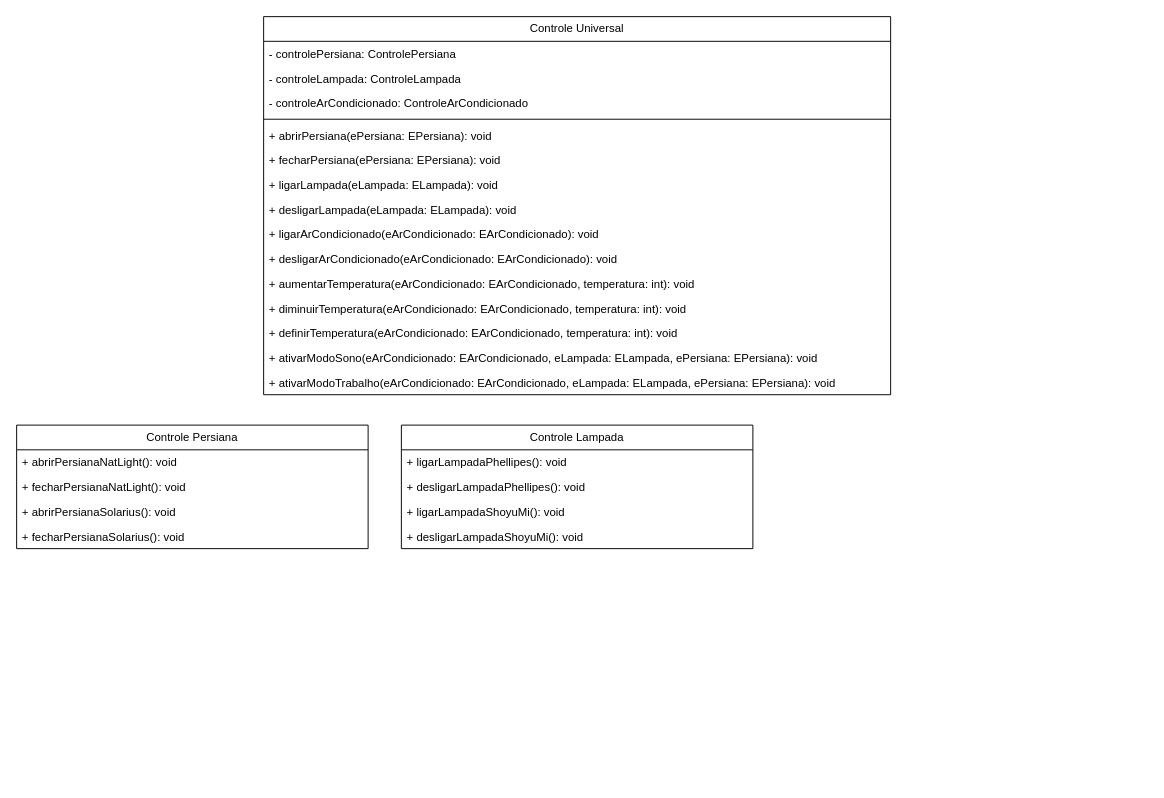
The draw.io diagram problema3/src/main/java/com/analisealgoritmos/assets/trabalho 1 - problema 3.drawio in joaolavina/AnaliseAlgoritmos, before the edit. Source tidied: cells renumbered, new cells numbered last; positions are measured from the earlier drawing's top-left corner, leaving out a move shared by most shapes. Both pictures are drawn from the tidied source at 95%, with x=0, y=0 at pixel (16, 16).
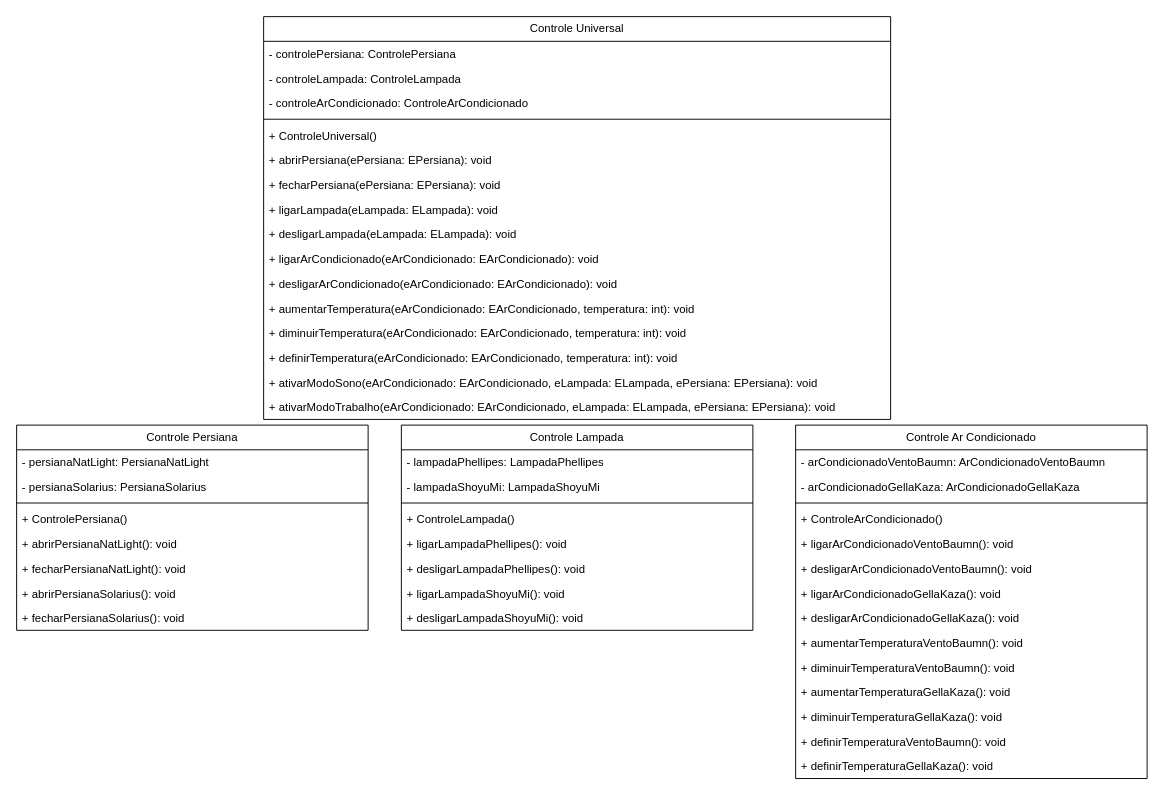
The same page after the edit.

What changed in the source:
```diff
@@
     <mxCell id="2" value="Controle Universal" style="swimlane;fontStyle=0;horizontal=1;startSize=26;fillColor=none;whiteSpace=wrap;html=1;" parent="1" vertex="1">
-      <mxGeometry x="260" width="660" height="398" as="geometry" />
+      <mxGeometry x="260" width="660" height="424" as="geometry" />
     </mxCell>
@@
+    <mxCell id="28" value="+ ControleUniversal()" style="text;strokeColor=none;fillColor=none;align=left;verticalAlign=top;spacingLeft=4;spacingRight=4;overflow=hidden;whiteSpace=wrap;html=1;" parent="2" vertex="1">
+      <mxGeometry y="112" width="660" height="26" as="geometry" />
+    </mxCell>
     <mxCell id="7" value="+ abrirPersiana(ePersiana: EPersiana): void" style="text;strokeColor=none;fillColor=none;align=left;verticalAlign=top;spacingLeft=4;spacingRight=4;overflow=hidden;whiteSpace=wrap;html=1;" parent="2" vertex="1">
-      <mxGeometry y="112" width="660" height="26" as="geometry" />
+      <mxGeometry y="138" width="660" height="26" as="geometry" />
     </mxCell>
     <mxCell id="8" value="+ fecharPersiana(ePersiana: EPersiana): void" style="text;strokeColor=none;fillColor=none;align=left;verticalAlign=top;spacingLeft=4;spacingRight=4;overflow=hidden;whiteSpace=wrap;html=1;" parent="2" vertex="1">
-      <mxGeometry y="138" width="660" height="26" as="geometry" />
+      <mxGeometry y="164" width="660" height="26" as="geometry" />
     </mxCell>
     <mxCell id="9" value="+ ligarLampada(eLampada: ELampada): void" style="text;strokeColor=none;fillColor=none;align=left;verticalAlign=top;spacingLeft=4;spacingRight=4;overflow=hidden;whiteSpace=wrap;html=1;" parent="2" vertex="1">
-      <mxGeometry y="164" width="660" height="26" as="geometry" />
+      <mxGeometry y="190" width="660" height="26" as="geometry" />
     </mxCell>
     <mxCell id="10" value="+ desligarLampada(eLampada: ELampada): void" style="text;strokeColor=none;fillColor=none;align=left;verticalAlign=top;spacingLeft=4;spacingRight=4;overflow=hidden;whiteSpace=wrap;html=1;" parent="2" vertex="1">
-      <mxGeometry y="190" width="660" height="26" as="geometry" />
+      <mxGeometry y="216" width="660" height="26" as="geometry" />
     </mxCell>
     <mxCell id="11" value="+ ligarArCondicionado(eArCondicionado: EArCondicionado): void" style="text;strokeColor=none;fillColor=none;align=left;verticalAlign=top;spacingLeft=4;spacingRight=4;overflow=hidden;whiteSpace=wrap;html=1;" parent="2" vertex="1">
-      <mxGeometry y="216" width="660" height="26" as="geometry" />
+      <mxGeometry y="242" width="660" height="26" as="geometry" />
     </mxCell>
     <mxCell id="12" value="+ desligarArCondicionado(eArCondicionado: EArCondicionado): void" style="text;strokeColor=none;fillColor=none;align=left;verticalAlign=top;spacingLeft=4;spacingRight=4;overflow=hidden;whiteSpace=wrap;html=1;" parent="2" vertex="1">
-      <mxGeometry y="242" width="660" height="26" as="geometry" />
+      <mxGeometry y="268" width="660" height="26" as="geometry" />
     </mxCell>
     <mxCell id="13" value="+ aumentarTemperatura(eArCondicionado: EArCondicionado, temperatura: int): void" style="text;strokeColor=none;fillColor=none;align=left;verticalAlign=top;spacingLeft=4;spacingRight=4;overflow=hidden;whiteSpace=wrap;html=1;" parent="2" vertex="1">
-      <mxGeometry y="268" width="660" height="26" as="geometry" />
+      <mxGeometry y="294" width="660" height="26" as="geometry" />
     </mxCell>
     <mxCell id="14" value="+ diminuirTemperatura(eA&lt;span style=&quot;color: rgb(0, 0, 0);&quot;&gt;rCondicionado: EArCondicionado, temperatura: int&lt;/span&gt;): void" style="text;strokeColor=none;fillColor=none;align=left;verticalAlign=top;spacingLeft=4;spacingRight=4;overflow=hidden;whiteSpace=wrap;html=1;" parent="2" vertex="1">
-      <mxGeometry y="294" width="660" height="26" as="geometry" />
+      <mxGeometry y="320" width="660" height="26" as="geometry" />
     </mxCell>
     <mxCell id="15" value="+ definirTemperatura(eA&lt;span style=&quot;color: rgb(0, 0, 0);&quot;&gt;rCondicionado: EArCondicionado, temperatura: int&lt;/span&gt;): void" style="text;strokeColor=none;fillColor=none;align=left;verticalAlign=top;spacingLeft=4;spacingRight=4;overflow=hidden;whiteSpace=wrap;html=1;" parent="2" vertex="1">
-      <mxGeometry y="320" width="660" height="26" as="geometry" />
+      <mxGeometry y="346" width="660" height="26" as="geometry" />
     </mxCell>
     <mxCell id="16" value="+ ativarModoSono(eArCondicionado: EArCondicionado, eLampada: ELampada, ePersiana: EPersiana): void" style="text;strokeColor=none;fillColor=none;align=left;verticalAlign=top;spacingLeft=4;spacingRight=4;overflow=hidden;whiteSpace=wrap;html=1;" parent="2" vertex="1">
-      <mxGeometry y="346" width="660" height="26" as="geometry" />
+      <mxGeometry y="372" width="660" height="26" as="geometry" />
     </mxCell>
     <mxCell id="17" value="+ ativarModoTrabalho(&lt;span style=&quot;color: rgb(0, 0, 0);&quot;&gt;eArCondicionado: EArCondicionado, eLampada: ELampada, ePersiana: EPersiana&lt;/span&gt;): void" style="text;strokeColor=none;fillColor=none;align=left;verticalAlign=top;spacingLeft=4;spacingRight=4;overflow=hidden;whiteSpace=wrap;html=1;" parent="2" vertex="1">
-      <mxGeometry y="372" width="660" height="26" as="geometry" />
+      <mxGeometry y="398" width="660" height="26" as="geometry" />
     </mxCell>
     <mxCell id="18" value="Controle Persiana" style="swimlane;fontStyle=0;horizontal=1;startSize=26;fillColor=none;whiteSpace=wrap;html=1;" parent="1" vertex="1">
-      <mxGeometry y="430" width="370" height="130" as="geometry" />
+      <mxGeometry y="430" width="370" height="216" as="geometry" />
     </mxCell>
+    <mxCell id="29" value="- persianaNatLight: PersianaNatLight" style="text;strokeColor=none;fillColor=none;align=left;verticalAlign=top;spacingLeft=4;spacingRight=4;overflow=hidden;whiteSpace=wrap;html=1;" parent="18" vertex="1">
+      <mxGeometry y="26" width="370" height="26" as="geometry" />
+    </mxCell>
+    <mxCell id="30" value="- persianaSolarius: PersianaSolarius" style="text;strokeColor=none;fillColor=none;align=left;verticalAlign=top;spacingLeft=4;spacingRight=4;overflow=hidden;whiteSpace=wrap;html=1;" parent="18" vertex="1">
+      <mxGeometry y="52" width="370" height="26" as="geometry" />
+    </mxCell>
+    <mxCell id="31" style="line;strokeWidth=1;fillColor=none;align=left;verticalAlign=middle;spacingTop=-1;spacingLeft=3;spacingRight=3;labelPosition=right;strokeColor=inherit;" parent="18" vertex="1">
+      <mxGeometry y="78" width="370" height="8" as="geometry" />
+    </mxCell>
+    <mxCell id="32" value="+ ControlePersiana()" style="text;strokeColor=none;fillColor=none;align=left;verticalAlign=top;spacingLeft=4;spacingRight=4;overflow=hidden;whiteSpace=wrap;html=1;" parent="18" vertex="1">
+      <mxGeometry y="86" width="370" height="26" as="geometry" />
+    </mxCell>
     <mxCell id="19" value="+ abrirPersianaNatLight(): void" style="text;strokeColor=none;fillColor=none;align=left;verticalAlign=top;spacingLeft=4;spacingRight=4;overflow=hidden;whiteSpace=wrap;html=1;" parent="18" vertex="1">
-      <mxGeometry y="26" width="370" height="26" as="geometry" />
+      <mxGeometry y="112" width="370" height="26" as="geometry" />
     </mxCell>
     <mxCell id="20" value="+ fecharPersianaNatLight(): void" style="text;strokeColor=none;fillColor=none;align=left;verticalAlign=top;spacingLeft=4;spacingRight=4;overflow=hidden;whiteSpace=wrap;html=1;" parent="18" vertex="1">
-      <mxGeometry y="52" width="370" height="26" as="geometry" />
+      <mxGeometry y="138" width="370" height="26" as="geometry" />
     </mxCell>
     <mxCell id="21" value="+ abrirPersianaSolarius(): void" style="text;strokeColor=none;fillColor=none;align=left;verticalAlign=top;spacingLeft=4;spacingRight=4;overflow=hidden;whiteSpace=wrap;html=1;" parent="18" vertex="1">
-      <mxGeometry y="78" width="370" height="26" as="geometry" />
+      <mxGeometry y="164" width="370" height="26" as="geometry" />
     </mxCell>
     <mxCell id="22" value="+ fecharPersianaSolarius(): void" style="text;strokeColor=none;fillColor=none;align=left;verticalAlign=top;spacingLeft=4;spacingRight=4;overflow=hidden;whiteSpace=wrap;html=1;" parent="18" vertex="1">
-      <mxGeometry y="104" width="370" height="26" as="geometry" />
+      <mxGeometry y="190" width="370" height="26" as="geometry" />
     </mxCell>
     <mxCell id="23" value="Controle Lampada" style="swimlane;fontStyle=0;horizontal=1;startSize=26;fillColor=none;whiteSpace=wrap;html=1;" parent="1" vertex="1">
-      <mxGeometry x="405" y="430" width="370" height="130" as="geometry" />
+      <mxGeometry x="405" y="430" width="370" height="216" as="geometry" />
     </mxCell>
+    <mxCell id="33" value="- lampadaPhellipes: LampadaPhellipes" style="text;strokeColor=none;fillColor=none;align=left;verticalAlign=top;spacingLeft=4;spacingRight=4;overflow=hidden;whiteSpace=wrap;html=1;" parent="23" vertex="1">
+      <mxGeometry y="26" width="370" height="26" as="geometry" />
+    </mxCell>
+    <mxCell id="34" value="- lampadaShoyuMi: LampadaShoyuMi" style="text;strokeColor=none;fillColor=none;align=left;verticalAlign=top;spacingLeft=4;spacingRight=4;overflow=hidden;whiteSpace=wrap;html=1;" parent="23" vertex="1">
+      <mxGeometry y="52" width="370" height="26" as="geometry" />
+    </mxCell>
+    <mxCell id="35" style="line;strokeWidth=1;fillColor=none;align=left;verticalAlign=middle;spacingTop=-1;spacingLeft=3;spacingRight=3;labelPosition=right;strokeColor=inherit;" parent="23" vertex="1">
+      <mxGeometry y="78" width="370" height="8" as="geometry" />
+    </mxCell>
+    <mxCell id="36" value="+ ControleLampada()" style="text;strokeColor=none;fillColor=none;align=left;verticalAlign=top;spacingLeft=4;spacingRight=4;overflow=hidden;whiteSpace=wrap;html=1;" parent="23" vertex="1">
+      <mxGeometry y="86" width="370" height="26" as="geometry" />
+    </mxCell>
     <mxCell id="24" value="+ ligarLampadaPhellipes(): void" style="text;strokeColor=none;fillColor=none;align=left;verticalAlign=top;spacingLeft=4;spacingRight=4;overflow=hidden;whiteSpace=wrap;html=1;" parent="23" vertex="1">
-      <mxGeometry y="26" width="370" height="26" as="geometry" />
+      <mxGeometry y="112" width="370" height="26" as="geometry" />
     </mxCell>
     <mxCell id="25" value="+ desligarLampadaPhellipes(): void" style="text;strokeColor=none;fillColor=none;align=left;verticalAlign=top;spacingLeft=4;spacingRight=4;overflow=hidden;whiteSpace=wrap;html=1;" parent="23" vertex="1">
-      <mxGeometry y="52" width="370" height="26" as="geometry" />
+      <mxGeometry y="138" width="370" height="26" as="geometry" />
     </mxCell>
     <mxCell id="26" value="+ ligarLampadaShoyuMi(): void" style="text;strokeColor=none;fillColor=none;align=left;verticalAlign=top;spacingLeft=4;spacingRight=4;overflow=hidden;whiteSpace=wrap;html=1;" parent="23" vertex="1">
-      <mxGeometry y="78" width="370" height="26" as="geometry" />
+      <mxGeometry y="164" width="370" height="26" as="geometry" />
     </mxCell>
     <mxCell id="27" value="+ des&lt;span style=&quot;color: rgb(0, 0, 0);&quot;&gt;ligarLampadaShoyuMi&lt;/span&gt;(): void" style="text;strokeColor=none;fillColor=none;align=left;verticalAlign=top;spacingLeft=4;spacingRight=4;overflow=hidden;whiteSpace=wrap;html=1;" parent="23" vertex="1">
-      <mxGeometry y="104" width="370" height="26" as="geometry" />
+      <mxGeometry y="190" width="370" height="26" as="geometry" />
     </mxCell>
+    <mxCell id="37" value="Controle Ar Condicionado" style="swimlane;fontStyle=0;horizontal=1;startSize=26;fillColor=none;whiteSpace=wrap;html=1;" parent="1" vertex="1">
+      <mxGeometry x="820" y="430" width="370" height="372" as="geometry" />
+    </mxCell>
+    <mxCell id="38" value="- arCondicionadoVentoBaumn: ArCondicionadoVentoBaumn" style="text;strokeColor=none;fillColor=none;align=left;verticalAlign=top;spacingLeft=4;spacingRight=4;overflow=hidden;whiteSpace=wrap;html=1;" parent="37" vertex="1">
+      <mxGeometry y="26" width="370" height="26" as="geometry" />
+    </mxCell>
+    <mxCell id="39" value="- arCondicionadoGellaKaza: ArCondicionadoGellaKaza" style="text;strokeColor=none;fillColor=none;align=left;verticalAlign=top;spacingLeft=4;spacingRight=4;overflow=hidden;whiteSpace=wrap;html=1;" parent="37" vertex="1">
+      <mxGeometry y="52" width="370" height="26" as="geometry" />
+    </mxCell>
+    <mxCell id="40" style="line;strokeWidth=1;fillColor=none;align=left;verticalAlign=middle;spacingTop=-1;spacingLeft=3;spacingRight=3;labelPosition=right;strokeColor=inherit;" parent="37" vertex="1">
+      <mxGeometry y="78" width="370" height="8" as="geometry" />
+    </mxCell>
+    <mxCell id="41" value="+ ControleArCondicionado()" style="text;strokeColor=none;fillColor=none;align=left;verticalAlign=top;spacingLeft=4;spacingRight=4;overflow=hidden;whiteSpace=wrap;html=1;" parent="37" vertex="1">
+      <mxGeometry y="86" width="370" height="26" as="geometry" />
+    </mxCell>
+    <mxCell id="42" value="+ ligarArCondicionadoVentoBaumn(): void" style="text;strokeColor=none;fillColor=none;align=left;verticalAlign=top;spacingLeft=4;spacingRight=4;overflow=hidden;whiteSpace=wrap;html=1;" parent="37" vertex="1">
+      <mxGeometry y="112" width="370" height="26" as="geometry" />
+    </mxCell>
+    <mxCell id="43" value="+ desligarArCondicionadoVentoBaumn(): void" style="text;strokeColor=none;fillColor=none;align=left;verticalAlign=top;spacingLeft=4;spacingRight=4;overflow=hidden;whiteSpace=wrap;html=1;" parent="37" vertex="1">
+      <mxGeometry y="138" width="370" height="26" as="geometry" />
+    </mxCell>
+    <mxCell id="44" value="+ ligarArCondicionadoGellaKaza(): void" style="text;strokeColor=none;fillColor=none;align=left;verticalAlign=top;spacingLeft=4;spacingRight=4;overflow=hidden;whiteSpace=wrap;html=1;" parent="37" vertex="1">
+      <mxGeometry y="164" width="370" height="26" as="geometry" />
+    </mxCell>
+    <mxCell id="45" value="+ des&lt;span style=&quot;color: rgb(0, 0, 0);&quot;&gt;ligarArCondicionadoGellaKaza&lt;/span&gt;(): void" style="text;strokeColor=none;fillColor=none;align=left;verticalAlign=top;spacingLeft=4;spacingRight=4;overflow=hidden;whiteSpace=wrap;html=1;" parent="37" vertex="1">
+      <mxGeometry y="190" width="370" height="26" as="geometry" />
+    </mxCell>
+    <mxCell id="46" value="+ aumentarTemperaturaVentoBaumn(): void" style="text;strokeColor=none;fillColor=none;align=left;verticalAlign=top;spacingLeft=4;spacingRight=4;overflow=hidden;whiteSpace=wrap;html=1;" parent="37" vertex="1">
+      <mxGeometry y="216" width="370" height="26" as="geometry" />
+    </mxCell>
+    <mxCell id="47" value="+ diminuirTemperaturaVentoBaumn(): void" style="text;strokeColor=none;fillColor=none;align=left;verticalAlign=top;spacingLeft=4;spacingRight=4;overflow=hidden;whiteSpace=wrap;html=1;" parent="37" vertex="1">
+      <mxGeometry y="242" width="370" height="26" as="geometry" />
+    </mxCell>
+    <mxCell id="48" value="+ aumentarTemperaturaGellaKaza(): void" style="text;strokeColor=none;fillColor=none;align=left;verticalAlign=top;spacingLeft=4;spacingRight=4;overflow=hidden;whiteSpace=wrap;html=1;" parent="37" vertex="1">
+      <mxGeometry y="268" width="370" height="26" as="geometry" />
+    </mxCell>
+    <mxCell id="49" value="+ diminuirTemperaturaGellaKaza(): void" style="text;strokeColor=none;fillColor=none;align=left;verticalAlign=top;spacingLeft=4;spacingRight=4;overflow=hidden;whiteSpace=wrap;html=1;" parent="37" vertex="1">
+      <mxGeometry y="294" width="370" height="26" as="geometry" />
+    </mxCell>
+    <mxCell id="50" value="+ definirTemperaturaVentoBaumn(): void" style="text;strokeColor=none;fillColor=none;align=left;verticalAlign=top;spacingLeft=4;spacingRight=4;overflow=hidden;whiteSpace=wrap;html=1;" parent="37" vertex="1">
+      <mxGeometry y="320" width="370" height="26" as="geometry" />
+    </mxCell>
+    <mxCell id="51" value="+ definirTemperaturaGellaKaza(): void" style="text;strokeColor=none;fillColor=none;align=left;verticalAlign=top;spacingLeft=4;spacingRight=4;overflow=hidden;whiteSpace=wrap;html=1;" parent="37" vertex="1">
+      <mxGeometry y="346" width="370" height="26" as="geometry" />
+    </mxCell>
```
